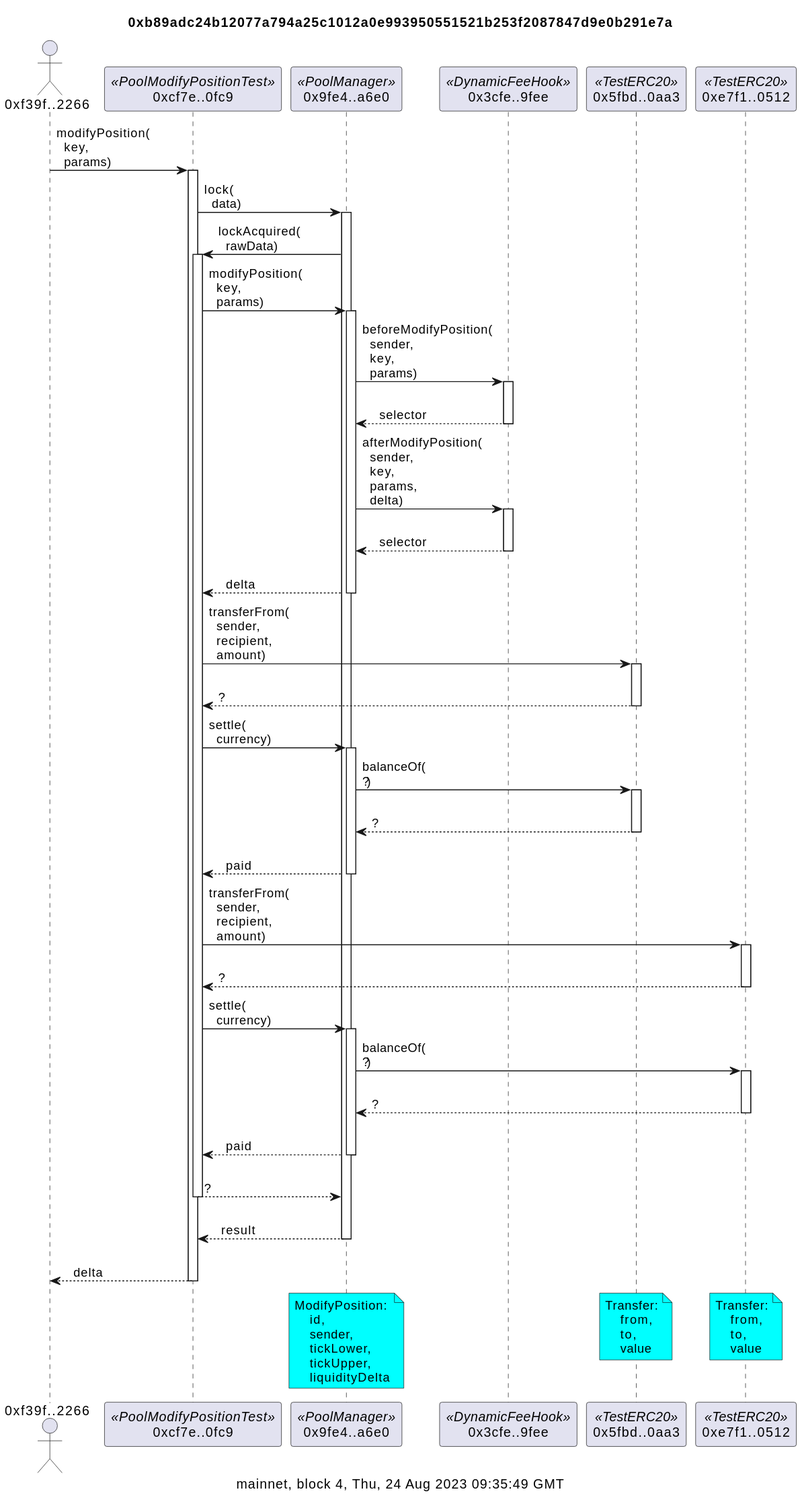
Above: docs/dynamicFeeDepositSummary.svg in naddison36/uniswap-v4-hooks (PlantUML), before the change.
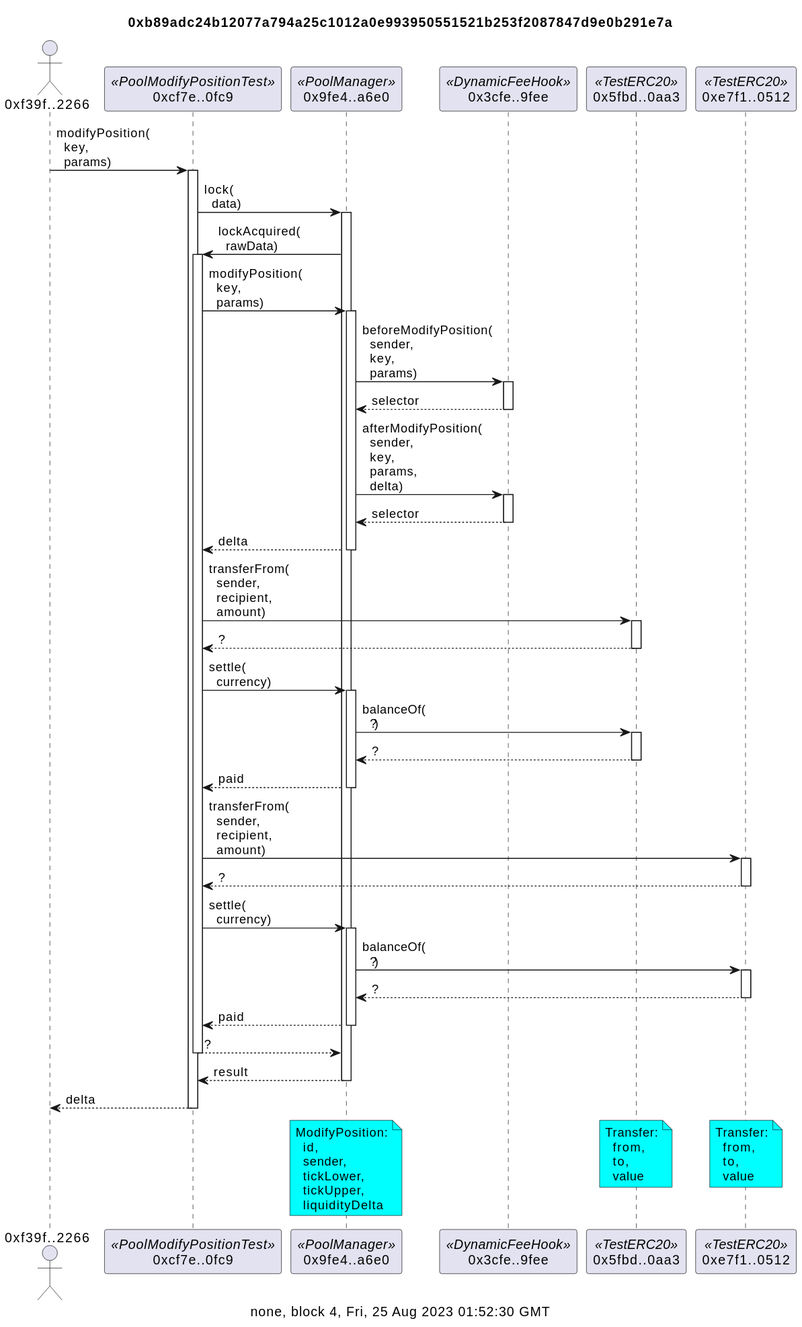
The same diagram one commit later.

Diff of the diagram source:
```diff
@@ -1,7 +1,7 @@
 @startuml
 title 0xb89adc24b12077a794a25c1012a0e993950551521b253f2087847d9e0b291e7a
 
-caption mainnet, block 4, Thu, 24 Aug 2023 09:35:49 GMT
+caption none, block 4, Fri, 25 Aug 2023 01:52:30 GMT
 actor "0xf39f..2266" as f39f2266
 participant "0xcf7e..0fc9" as cf7e0fc9 <<PoolModifyPositionTest>>
 participant "0x9fe4..a6e0" as 9fe4a6e0 <<PoolManager>>
@@ -19,53 +19,53 @@
 activate 9fe4a6e0
 9fe4a6e0 -> 3cfe9fee: beforeModifyPosition(\n  sender,\n  key,\n  params)
 activate 3cfe9fee
-return\n  selector
+return selector
 9fe4a6e0 -> 3cfe9fee: afterModifyPosition(\n  sender,\n  key,\n  params,\n  delta)
 activate 3cfe9fee
-return\n  selector
-return\n  delta
+return selector
+return delta
 cf7e0fc9 -> 5fbd0aa3: transferFrom(\n  sender,\n  recipient,\n  amount)
 activate 5fbd0aa3
-return\n?
+return ?
 cf7e0fc9 -> 9fe4a6e0: settle(\n  currency)
 activate 9fe4a6e0
-9fe4a6e0 -> 5fbd0aa3: balanceOf(\n?)
+9fe4a6e0 -> 5fbd0aa3: balanceOf(\n  ?)
 activate 5fbd0aa3
-return\n?
-return\n  paid
+return ?
+return paid
 cf7e0fc9 -> e7f10512: transferFrom(\n  sender,\n  recipient,\n  amount)
 activate e7f10512
-return\n?
+return ?
 cf7e0fc9 -> 9fe4a6e0: settle(\n  currency)
 activate 9fe4a6e0
-9fe4a6e0 -> e7f10512: balanceOf(\n?)
+9fe4a6e0 -> e7f10512: balanceOf(\n  ?)
 activate e7f10512
-return\n?
-return\n  paid
-return\n?
-return\n  result
-return\n  delta
+return ?
+return paid
+return ?
+return result
+return delta
 
 note over 9fe4a6e0 #aqua
 ModifyPosition:
-    id,
-    sender,
-    tickLower,
-    tickUpper,
-    liquidityDelta
+  id,
+  sender,
+  tickLower,
+  tickUpper,
+  liquidityDelta
 end note
 
 / note over 5fbd0aa3 #aqua
 Transfer:
-    from,
-    to,
-    value
+  from,
+  to,
+  value
 end note
 
 / note over e7f10512 #aqua
 Transfer:
-    from,
-    to,
-    value
+  from,
+  to,
+  value
 end note
 @enduml
```
